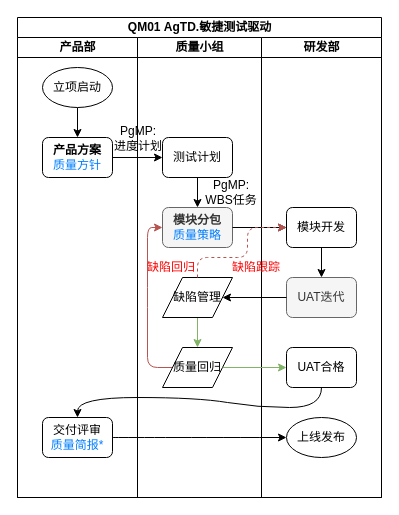
Earlier version of the draw.io diagram page "敏捷测试驱动-质量工作流范型" (1 of 2) of 质量工作/AgTD.敏捷测试驱动.drawio (LeanderChen/itpm.draw.io). Source tidied: cells renumbered, new cells numbered last; positions are measured from the earlier drawing's top-left corner, leaving out a move shared by most shapes. Both pictures are drawn from the tidied source at 100%, with x=0, y=0 at pixel (17, 17).
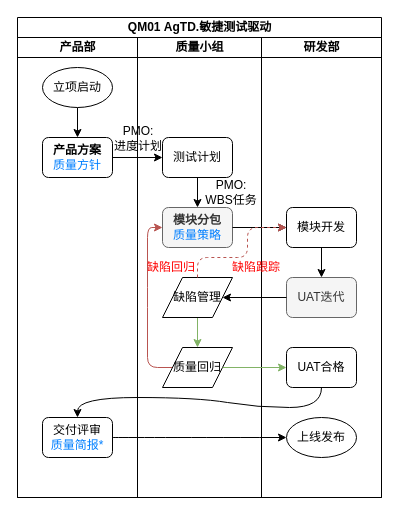
The same diagram, later.

Change to the diagram source:
```diff
@@
-<mxGraphModel>
+<mxGraphModel background="#ffffff">
@@
-    <mxCell id="2" value="QM01&amp;nbsp;AgTD.敏捷测试驱动" style="swimlane;startSize=20;html=1;" parent="1" vertex="1">
+    <mxCell id="2" value="QM01&amp;nbsp;AgTD.敏捷测试驱动" style="swimlane;startSize=20;html=1;fillColor=none;" parent="1" vertex="1">
       <mxGeometry width="364" height="480" as="geometry" />
     </mxCell>
-    <mxCell id="3" value="产品部" style="swimlane;startSize=20;html=1;" parent="2" vertex="1">
+    <mxCell id="3" value="产品部" style="swimlane;startSize=20;html=1;fillColor=none;" parent="2" vertex="1">
       <mxGeometry y="20" width="120" height="460" as="geometry" />
     </mxCell>
@@
-    <mxCell id="8" value="质量小组" style="swimlane;startSize=20;html=1;" parent="2" vertex="1">
+    <mxCell id="8" value="质量小组" style="swimlane;startSize=20;html=1;fillColor=none;" parent="2" vertex="1">
       <mxGeometry x="120" y="20" width="124" height="460" as="geometry" />
     </mxCell>
@@
-    <mxCell id="11" value="PgMP:&lt;br&gt;进度计划" style="text;html=1;strokeColor=none;fillColor=none;align=center;verticalAlign=middle;whiteSpace=wrap;rounded=0;" parent="8" vertex="1">
+    <mxCell id="11" value="PMO:&lt;br&gt;进度计划" style="text;html=1;strokeColor=none;fillColor=none;align=center;verticalAlign=middle;whiteSpace=wrap;rounded=0;" parent="8" vertex="1">
       <mxGeometry x="-29" y="86" width="60" height="30" as="geometry" />
     </mxCell>
@@
-    <mxCell id="13" value="PgMP:&lt;br&gt;WBS任务" style="text;html=1;strokeColor=none;fillColor=none;align=center;verticalAlign=middle;whiteSpace=wrap;rounded=0;" parent="8" vertex="1">
+    <mxCell id="13" value="PMO:&lt;br&gt;WBS任务" style="text;html=1;strokeColor=none;fillColor=none;align=center;verticalAlign=middle;whiteSpace=wrap;rounded=0;" parent="8" vertex="1">
       <mxGeometry x="64" y="140" width="60" height="30" as="geometry" />
     </mxCell>
@@
-    <mxCell id="19" value="研发部" style="swimlane;startSize=20;html=1;" parent="2" vertex="1">
+    <mxCell id="19" value="研发部" style="swimlane;startSize=20;html=1;fillColor=none;" parent="2" vertex="1">
       <mxGeometry x="244" y="20" width="120" height="460" as="geometry" />
     </mxCell>
```
